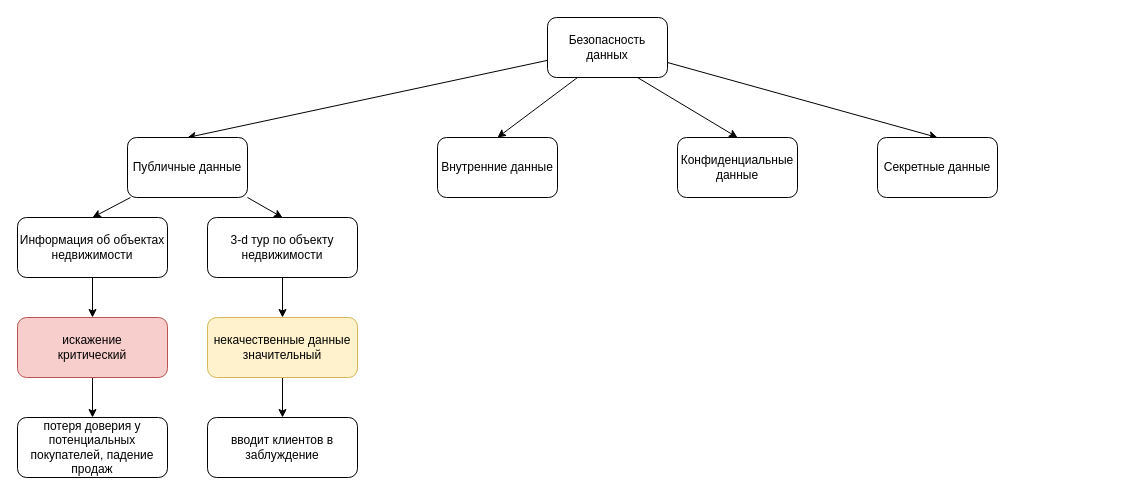
Above: Task1/task1.drawio in vladimir-kulgun/architecture-pro-propdevelopment (draw.io), before the change. Source tidied: cells renumbered, new cells numbered last; positions are measured from the earlier drawing's top-left corner, leaving out a move shared by most shapes. Both pictures are drawn from the tidied source at 100%, with x=0, y=0 at pixel (17, 17).
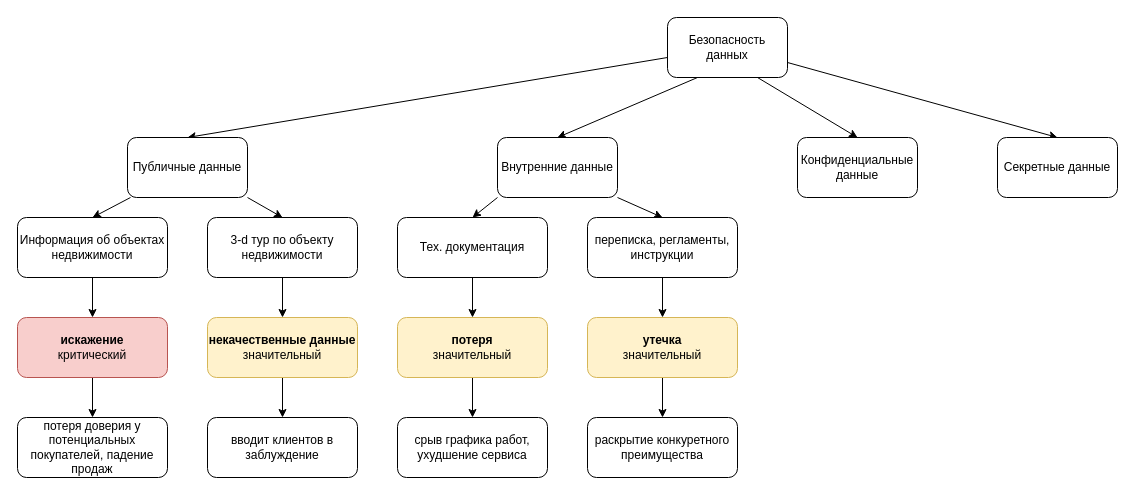
After the change.

Commit message:
Внутренние данные

Diff of the diagram source:
```diff
@@
     <mxCell id="6" value="Безопасность данных" style="rounded=1;whiteSpace=wrap;html=1;" parent="1" vertex="1">
-      <mxGeometry x="530" width="120" height="60" as="geometry" />
+      <mxGeometry x="650" width="120" height="60" as="geometry" />
     </mxCell>
@@
+    <mxCell id="23" style="edgeStyle=none;html=1;exitX=0;exitY=1;exitDx=0;exitDy=0;entryX=0.5;entryY=0;entryDx=0;entryDy=0;" parent="1" edge="1" source="10" target="26">
+      <mxGeometry relative="1" as="geometry" />
+    </mxCell>
+    <mxCell id="24" style="edgeStyle=none;html=1;exitX=1;exitY=1;exitDx=0;exitDy=0;entryX=0.5;entryY=0;entryDx=0;entryDy=0;" parent="1" edge="1" source="10" target="31">
+      <mxGeometry relative="1" as="geometry" />
+    </mxCell>
     <mxCell id="10" value="Внутренние данные" style="rounded=1;whiteSpace=wrap;html=1;" parent="1" vertex="1">
-      <mxGeometry x="420" y="120" width="120" height="60" as="geometry" />
+      <mxGeometry x="480" y="120" width="120" height="60" as="geometry" />
     </mxCell>
     <mxCell id="11" value="Конфиденциальные данные" style="rounded=1;whiteSpace=wrap;html=1;" parent="1" vertex="1">
-      <mxGeometry x="660" y="120" width="120" height="60" as="geometry" />
+      <mxGeometry x="780" y="120" width="120" height="60" as="geometry" />
     </mxCell>
     <mxCell id="12" value="Секретные данные" style="rounded=1;whiteSpace=wrap;html=1;" parent="1" vertex="1">
-      <mxGeometry x="860" y="120" width="120" height="60" as="geometry" />
+      <mxGeometry x="980" y="120" width="120" height="60" as="geometry" />
     </mxCell>
@@
-    <mxCell id="16" value="искажение&lt;div&gt;критический&lt;/div&gt;" style="rounded=1;whiteSpace=wrap;html=1;fillColor=#f8cecc;strokeColor=#b85450;" parent="1" vertex="1">
+    <mxCell id="16" value="&lt;b&gt;искажение&lt;/b&gt;&lt;div&gt;критический&lt;/div&gt;" style="rounded=1;whiteSpace=wrap;html=1;fillColor=#f8cecc;strokeColor=#b85450;" parent="1" vertex="1">
       <mxGeometry y="300" width="150" height="60" as="geometry" />
     </mxCell>
@@
-    <mxCell id="21" value="некачественные данные&lt;div&gt;значительный&lt;/div&gt;" style="rounded=1;whiteSpace=wrap;html=1;fillColor=#fff2cc;strokeColor=#d6b656;" parent="1" vertex="1">
+    <mxCell id="21" value="&lt;b&gt;некачественные данные&lt;/b&gt;&lt;div&gt;значительный&lt;/div&gt;" style="rounded=1;whiteSpace=wrap;html=1;fillColor=#fff2cc;strokeColor=#d6b656;" parent="1" vertex="1">
       <mxGeometry x="190" y="300" width="150" height="60" as="geometry" />
     </mxCell>
@@
+    <mxCell id="25" style="edgeStyle=none;html=1;exitX=0.5;exitY=1;exitDx=0;exitDy=0;" parent="1" edge="1" source="26" target="28">
+      <mxGeometry relative="1" as="geometry" />
+    </mxCell>
+    <mxCell id="26" value="Тех. документация" style="rounded=1;whiteSpace=wrap;html=1;" parent="1" vertex="1">
+      <mxGeometry x="380" y="200" width="150" height="60" as="geometry" />
+    </mxCell>
+    <mxCell id="27" style="edgeStyle=none;html=1;entryX=0.5;entryY=0;entryDx=0;entryDy=0;" parent="1" edge="1" source="28" target="29">
+      <mxGeometry relative="1" as="geometry" />
+    </mxCell>
+    <mxCell id="28" value="&lt;b&gt;потеря&lt;/b&gt;&lt;br&gt;&lt;div&gt;значительный&lt;/div&gt;" style="rounded=1;whiteSpace=wrap;html=1;fillColor=#fff2cc;strokeColor=#d6b656;" parent="1" vertex="1">
+      <mxGeometry x="380" y="300" width="150" height="60" as="geometry" />
+    </mxCell>
+    <mxCell id="29" value="срыв графика работ, ухудшение сервиса" style="rounded=1;whiteSpace=wrap;html=1;" parent="1" vertex="1">
+      <mxGeometry x="380" y="400" width="150" height="60" as="geometry" />
+    </mxCell>
+    <mxCell id="30" style="edgeStyle=none;html=1;exitX=0.5;exitY=1;exitDx=0;exitDy=0;" parent="1" edge="1" source="31" target="33">
+      <mxGeometry relative="1" as="geometry" />
+    </mxCell>
+    <mxCell id="31" value="переписка, регламенты, инструкции" style="rounded=1;whiteSpace=wrap;html=1;" parent="1" vertex="1">
+      <mxGeometry x="570" y="200" width="150" height="60" as="geometry" />
+    </mxCell>
+    <mxCell id="32" style="edgeStyle=none;html=1;exitX=0.5;exitY=1;exitDx=0;exitDy=0;" parent="1" edge="1" source="33" target="34">
+      <mxGeometry relative="1" as="geometry" />
+    </mxCell>
+    <mxCell id="33" value="&lt;div&gt;&lt;font color=&quot;#000000&quot;&gt;&lt;b&gt;утечка&lt;/b&gt;&lt;/font&gt;&lt;/div&gt;&lt;div&gt;значительный&lt;/div&gt;" style="rounded=1;whiteSpace=wrap;html=1;fillColor=#fff2cc;strokeColor=#d6b656;" parent="1" vertex="1">
+      <mxGeometry x="570" y="300" width="150" height="60" as="geometry" />
+    </mxCell>
+    <mxCell id="34" value="раскрытие конкуретного преимущества" style="rounded=1;whiteSpace=wrap;html=1;" parent="1" vertex="1">
+      <mxGeometry x="570" y="400" width="150" height="60" as="geometry" />
+    </mxCell>
```
